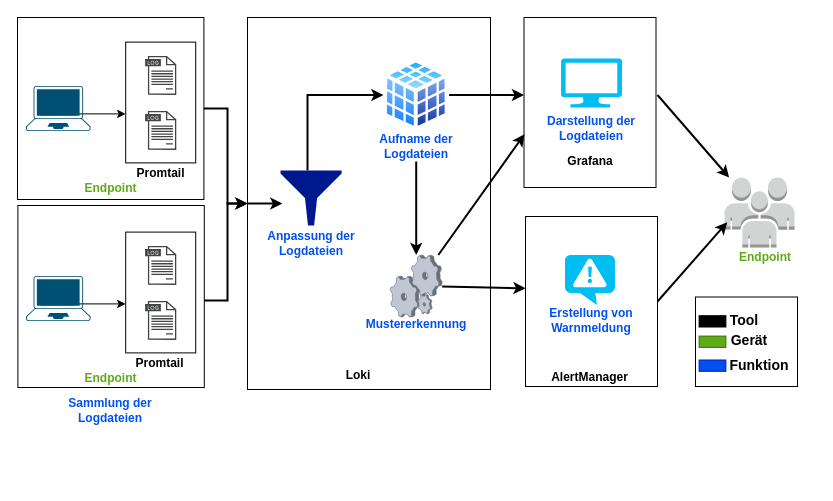
The draw.io diagram Bachelorarbeit/assets/Ablauf_grafana2.drawio in Bruno-Macedo/Praxisbericht_Bacherloarbeit, before the edit. Source tidied: cells renumbered, new cells numbered last; positions are measured from the earlier drawing's top-left corner, leaving out a move shared by most shapes. Both pictures are drawn from the tidied source at 100%, with x=0, y=0 at pixel (17, 17).
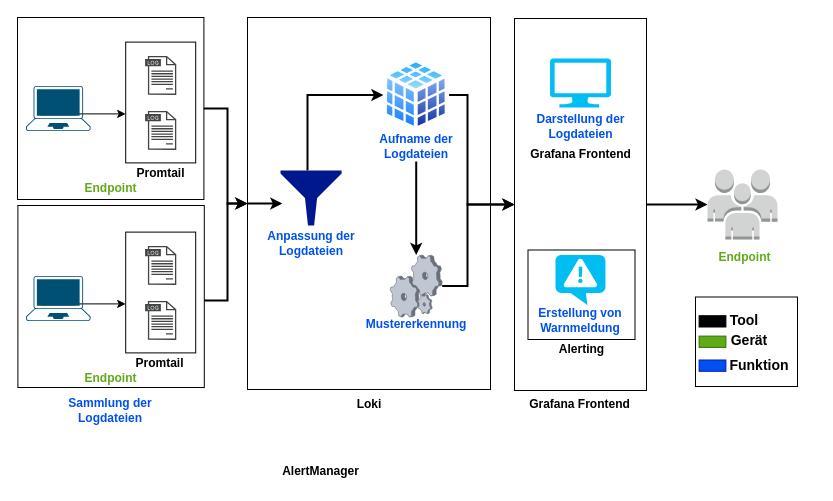
The same diagram, later.

The change refers to these unchanged cells:
```xml
<mxCell id="9" style="perimeter=ellipsePerimeter;html=1;align=center;shadow=0;dashed=0;spacingTop=3;image;image=img/lib/active_directory/database_cube.svg;" parent="1" vertex="1">
  <mxGeometry x="365.9" y="41" width="65.7" height="73" as="geometry" />
</mxCell>
<mxCell id="13" style="verticalLabelPosition=bottom;sketch=0;html=1;verticalAlign=top;strokeColor=none;align=center;outlineConnect=0;shape=mxgraph.citrix.process;" parent="1" vertex="1">
  <mxGeometry x="372.7" y="237.5" width="52" height="62" as="geometry" />
</mxCell>
```

Diff of the diagram source:
```diff
@@
-    <mxCell id="2" style="rounded=0;whiteSpace=wrap;html=1;fillColor=none;" parent="1" vertex="1">
-      <mxGeometry x="508" y="199" width="132" height="170" as="geometry" />
-    </mxCell>
+    <mxCell id="57" style="edgeStyle=orthogonalEdgeStyle;rounded=0;jettySize=auto;html=1;strokeWidth=2;" parent="1" edge="1" source="56" target="7">
+      <mxGeometry relative="1" as="geometry" />
+    </mxCell>
+    <mxCell id="56" style="rounded=0;whiteSpace=wrap;html=1;fillColor=none;" parent="1" vertex="1">
+      <mxGeometry x="497" y="1" width="132" height="372" as="geometry" />
+    </mxCell>
@@
     <mxCell id="7" style="outlineConnect=0;dashed=0;verticalLabelPosition=bottom;verticalAlign=top;align=center;html=1;shape=mxgraph.aws3.users;fillColor=#D2D3D3;gradientColor=none;" parent="1" vertex="1">
-      <mxGeometry x="707" y="160" width="70" height="70" as="geometry" />
+      <mxGeometry x="690" y="152" width="70" height="70" as="geometry" />
     </mxCell>
-    <mxCell id="8" style="edgeStyle=orthogonalEdgeStyle;rounded=0;jettySize=auto;html=1;strokeWidth=2;" parent="1" edge="1" source="9" target="56">
+    <mxCell id="8" style="edgeStyle=orthogonalEdgeStyle;rounded=0;jettySize=auto;html=1;entryX=0;entryY=0.5;entryDx=0;entryDy=0;strokeWidth=2;" parent="1" edge="1" source="9" target="56">
       <mxGeometry relative="1" as="geometry">
         <Array as="points">
-          <mxPoint x="490" y="78" />
-          <mxPoint x="490" y="78" />
+          <mxPoint x="450" y="78" />
+          <mxPoint x="450" y="187" />
         </Array>
       </mxGeometry>
     </mxCell>
@@
     <mxCell id="12" value="Loki" style="text;html=1;strokeColor=none;fillColor=none;align=center;verticalAlign=middle;whiteSpace=wrap;rounded=0;fontStyle=1;" parent="1" vertex="1">
-      <mxGeometry x="315.9" y="344.5" width="50" height="27.5" as="geometry" />
+      <mxGeometry x="326.5" y="373" width="50" height="27.5" as="geometry" />
     </mxCell>
+    <mxCell id="58" style="edgeStyle=orthogonalEdgeStyle;rounded=0;jettySize=auto;html=1;entryX=0;entryY=0.5;entryDx=0;entryDy=0;strokeWidth=2;" parent="1" edge="1" source="13" target="56">
+      <mxGeometry relative="1" as="geometry">
+        <Array as="points">
+          <mxPoint x="450" y="269" />
+          <mxPoint x="450" y="187" />
+        </Array>
+      </mxGeometry>
+    </mxCell>
@@
-    <mxCell id="15" value="Grafana" style="text;html=1;strokeColor=none;fillColor=none;align=center;verticalAlign=middle;whiteSpace=wrap;rounded=0;fontStyle=1;" parent="1" vertex="1">
-      <mxGeometry x="524.5" y="134" width="96" height="19" as="geometry" />
+    <mxCell id="15" value="Grafana Frontend" style="text;html=1;strokeColor=none;fillColor=none;align=center;verticalAlign=middle;whiteSpace=wrap;rounded=0;fontStyle=1;" parent="1" vertex="1">
+      <mxGeometry x="506.5" y="377.5" width="111" height="19" as="geometry" />
     </mxCell>
     <mxCell id="16" style="verticalLabelPosition=bottom;html=1;verticalAlign=top;align=center;strokeColor=none;fillColor=#00BEF2;shape=mxgraph.azure.computer;" parent="1" vertex="1">
-      <mxGeometry x="543.5" y="41" width="61" height="49" as="geometry" />
+      <mxGeometry x="532.5" y="41" width="61" height="49" as="geometry" />
     </mxCell>
     <mxCell id="17" value="&lt;font color=&quot;#0050ef&quot;&gt;Darstellung der Logdateien&lt;br&gt;&lt;/font&gt;" style="text;html=1;strokeColor=none;fillColor=none;align=center;verticalAlign=middle;whiteSpace=wrap;rounded=0;fontStyle=1;" parent="1" vertex="1">
-      <mxGeometry x="508" y="92" width="132" height="37.2" as="geometry" />
+      <mxGeometry x="506.5" y="90" width="113" height="37.2" as="geometry" />
     </mxCell>
     <mxCell id="18" style="verticalLabelPosition=bottom;html=1;verticalAlign=top;align=center;strokeColor=none;fillColor=#00BEF2;shape=mxgraph.azure.notification_topic;" parent="1" vertex="1">
-      <mxGeometry x="547.5" y="237.5" width="50" height="50" as="geometry" />
+      <mxGeometry x="538" y="237.5" width="50" height="50" as="geometry" />
     </mxCell>
@@
-    <mxCell id="20" style="endArrow=classic;html=1;rounded=0;entryX=-0.008;entryY=0.666;entryDx=0;entryDy=0;entryPerimeter=0;strokeWidth=2;" parent="1" edge="1" source="13" target="17">
-      <mxGeometry relative="1" as="geometry" />
-    </mxCell>
     <mxCell id="21" value="AlertManager" style="text;html=1;strokeColor=none;fillColor=none;align=center;verticalAlign=middle;whiteSpace=wrap;rounded=0;fontStyle=1;" parent="1" vertex="1">
-      <mxGeometry x="519" y="347.5" width="107" height="24.5" as="geometry" />
+      <mxGeometry x="250" y="442" width="107" height="24.5" as="geometry" />
     </mxCell>
     <mxCell id="22" value="Erstellung von Warnmeldung" style="text;html=1;strokeColor=none;fillColor=none;align=center;verticalAlign=middle;whiteSpace=wrap;rounded=0;fontStyle=1;fontColor=#0050EF;" parent="1" vertex="1">
-      <mxGeometry x="519" y="287.5" width="110" height="30" as="geometry" />
+      <mxGeometry x="508" y="287.5" width="110" height="30" as="geometry" />
     </mxCell>
-    <mxCell id="23" style="endArrow=classic;html=1;rounded=0;strokeWidth=2;" parent="1" edge="1" source="13">
-      <mxGeometry relative="1" as="geometry">
-        <mxPoint x="508" y="270.8" as="targetPoint" />
-      </mxGeometry>
-    </mxCell>
     <mxCell id="24" value="Endpoint" style="text;html=1;strokeColor=none;fillColor=none;align=center;verticalAlign=middle;whiteSpace=wrap;rounded=0;fontStyle=1;fontColor=#60A917;" parent="1" vertex="1">
-      <mxGeometry x="698" y="228.5" width="100" height="22" as="geometry" />
+      <mxGeometry x="690" y="228.5" width="75" height="22" as="geometry" />
     </mxCell>
-    <mxCell id="25" style="endArrow=classic;html=1;rounded=0;exitX=1;exitY=0.5;exitDx=0;exitDy=0;strokeWidth=2;" parent="1" edge="1" target="7">
-      <mxGeometry relative="1" as="geometry">
-        <mxPoint x="640" y="77.5" as="sourcePoint" />
-      </mxGeometry>
-    </mxCell>
-    <mxCell id="26" style="endArrow=classic;html=1;rounded=0;entryX=0.039;entryY=0.639;entryDx=0;entryDy=0;entryPerimeter=0;exitX=1;exitY=0.5;exitDx=0;exitDy=0;strokeWidth=2;" parent="1" edge="1" source="2" target="7">
-      <mxGeometry relative="1" as="geometry" />
-    </mxCell>
@@
-    <mxCell id="56" style="rounded=0;whiteSpace=wrap;html=1;fillColor=none;" parent="1" vertex="1">
-      <mxGeometry x="506.5" width="132" height="170" as="geometry" />
-    </mxCell>
+    <mxCell id="59" value="Grafana Frontend" style="text;html=1;strokeColor=none;fillColor=none;align=center;verticalAlign=middle;whiteSpace=wrap;rounded=0;fontStyle=1;" parent="1" vertex="1">
+      <mxGeometry x="508" y="127.2" width="111" height="19" as="geometry" />
+    </mxCell>
+    <mxCell id="60" value="Alerting" style="text;html=1;strokeColor=none;fillColor=none;align=center;verticalAlign=middle;whiteSpace=wrap;rounded=0;fontStyle=1;" parent="1" vertex="1">
+      <mxGeometry x="508.5" y="322" width="111" height="19" as="geometry" />
+    </mxCell>
+    <mxCell id="61" style="rounded=0;whiteSpace=wrap;html=1;fillColor=none;" parent="1" vertex="1">
+      <mxGeometry x="510.5" y="232.5" width="107" height="89.5" as="geometry" />
+    </mxCell>
```
